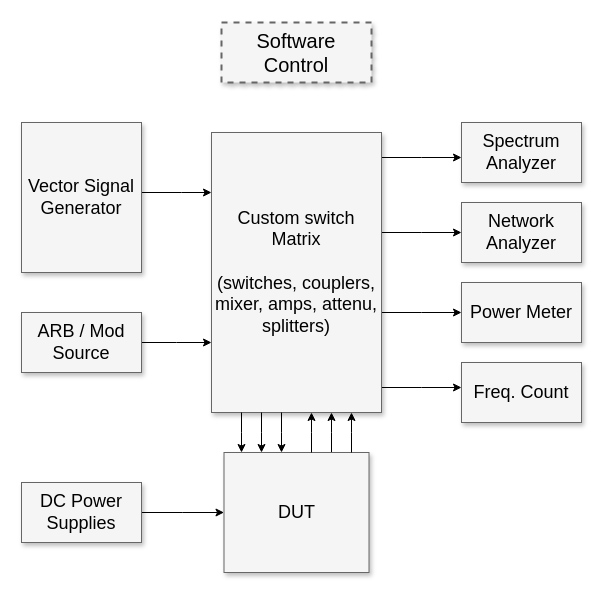
Above: page "Page-1" (1 of 2) of Drawio/Ensayo_5.drawio in gvdiaz/Diagramas_simil_Visio (draw.io), before the change. Source tidied: cells renumbered, new cells numbered last; positions are measured from the earlier drawing's top-left corner, leaving out a move shared by most shapes. Both pictures are drawn from the tidied source at 100%, with x=0, y=0 at pixel (21, 22).
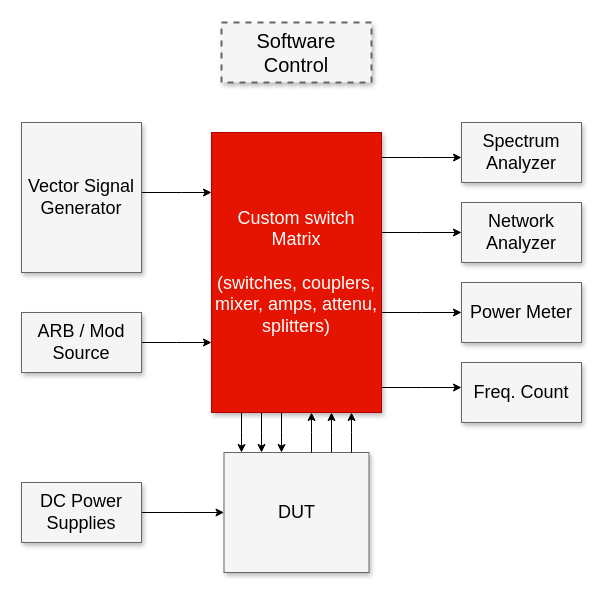
After the change.

Commit message:
Actualización de copia de diagrama

The edit, as a diff of the source:
```diff
@@
-    <mxCell id="8" value="Custom switch Matrix&lt;div&gt;&lt;br&gt;&lt;/div&gt;&lt;div&gt;(switches, couplers, mixer, amps, attenu, splitters)&lt;/div&gt;" style="whiteSpace=wrap;html=1;shadow=1;fontSize=18;fillColor=#f5f5f5;strokeColor=#666666;" parent="1" vertex="1">
+    <mxCell id="8" value="Custom switch Matrix&lt;div&gt;&lt;br&gt;&lt;/div&gt;&lt;div&gt;(switches, couplers, mixer, amps, attenu, splitters)&lt;/div&gt;" style="whiteSpace=wrap;html=1;shadow=1;fontSize=18;fillColor=#e51400;strokeColor=#B20000;fontColor=#ffffff;" parent="1" vertex="1">
       <mxGeometry x="190" y="110" width="170" height="280" as="geometry" />
     </mxCell>
```
